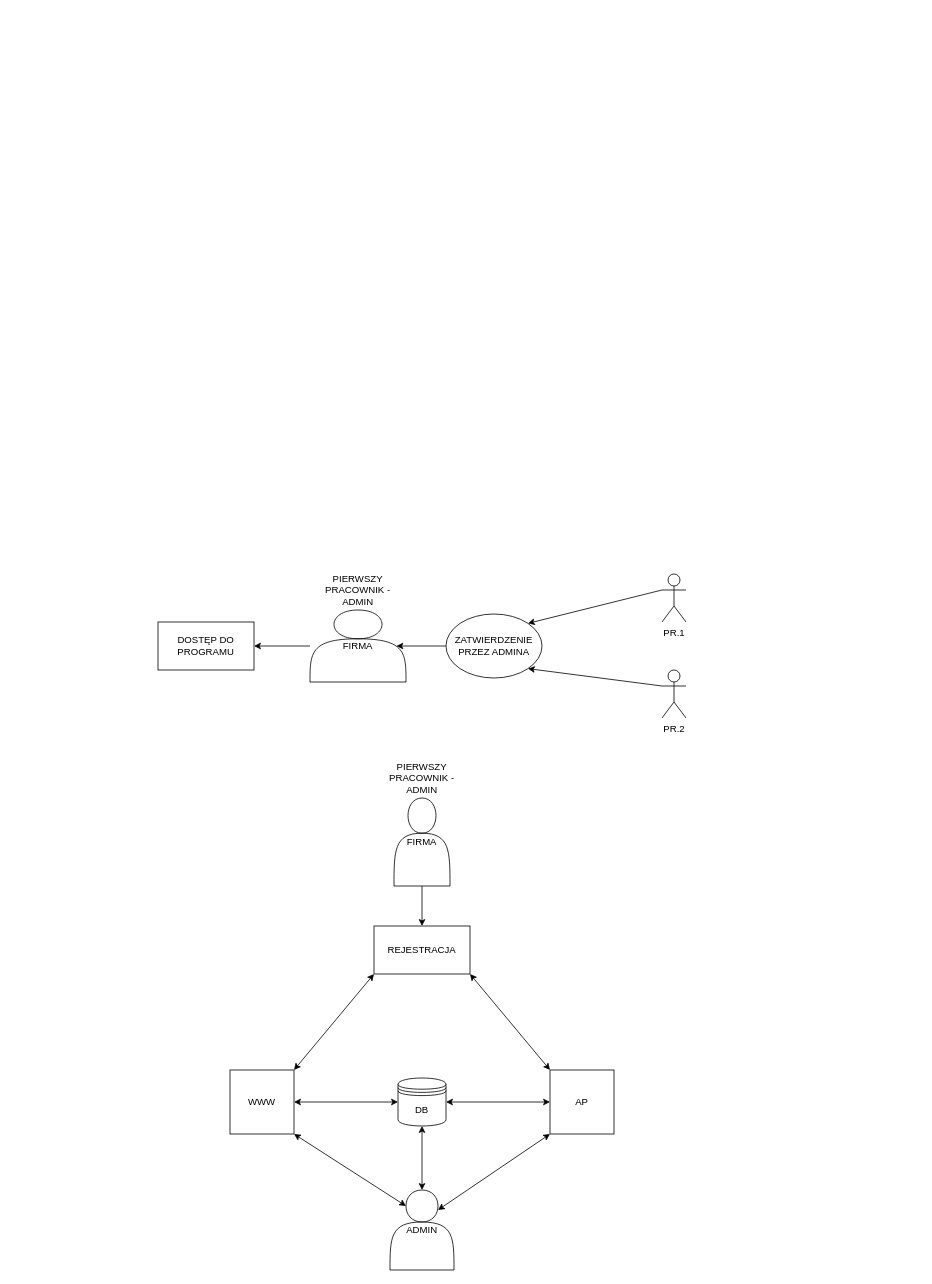
This is INFORMATION/connect.drawio from Man1exter/MAIG-WAREHOUSE, a draw.io file, before an edit. Source tidied: cells renumbered, new cells numbered last; positions are measured from the earlier drawing's top-left corner, leaving out a move shared by most shapes. Both pictures are drawn from the tidied source at 80%, with x=0, y=0 at pixel (158, 570).
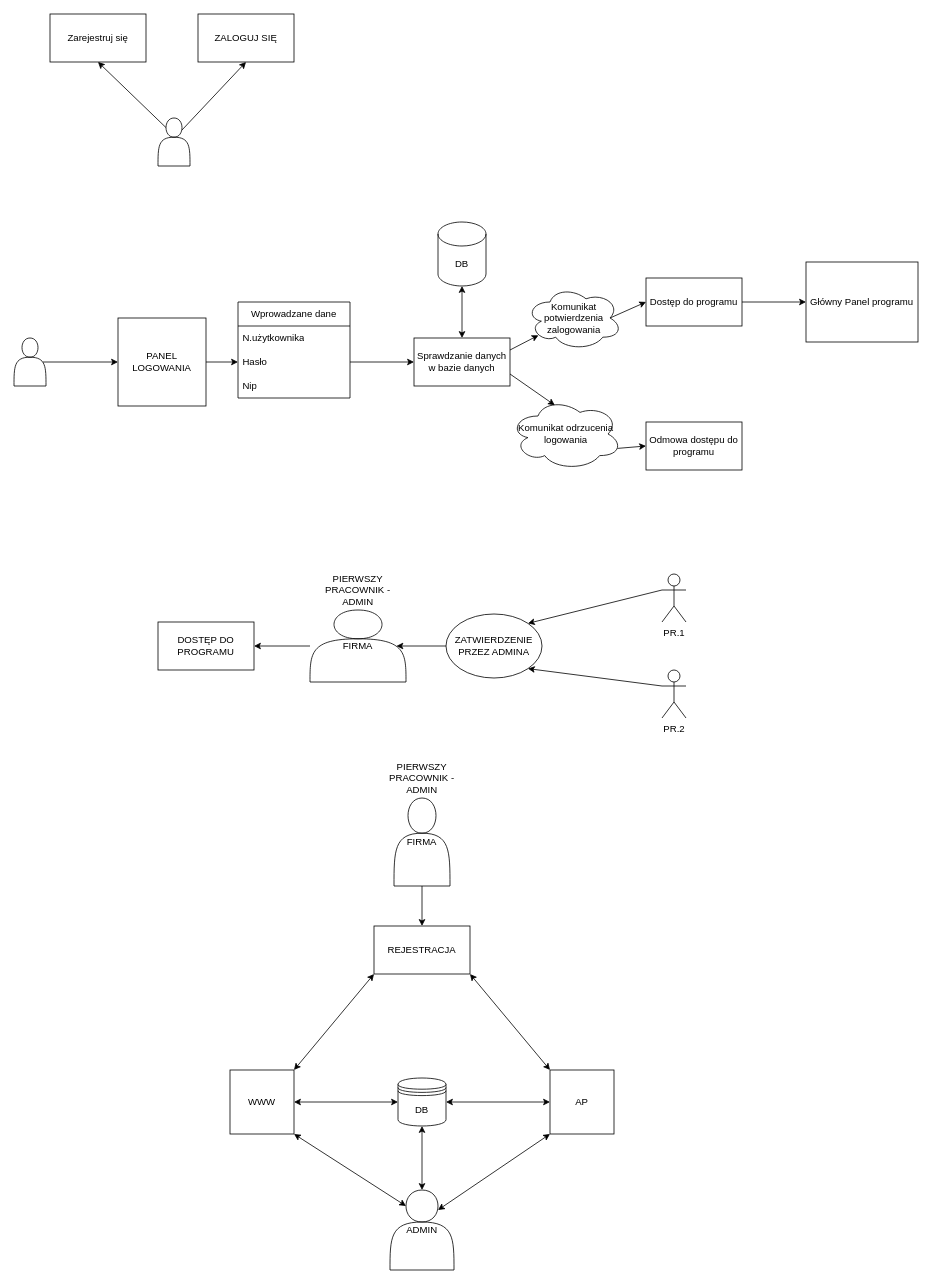
The same diagram, later.

The edit, as a diff of the source:
```diff
@@
+    <mxCell id="27" value="PANEL LOGOWANIA" style="whiteSpace=wrap;html=1;" parent="1" vertex="1">
+      <mxGeometry x="-50" y="-315" width="110" height="110" as="geometry" />
+    </mxCell>
+    <mxCell id="28" value="Wprowadzane dane" style="swimlane;fontStyle=0;horizontal=1;startSize=30;whiteSpace=wrap;html=1;" parent="1" vertex="1">
+      <mxGeometry x="100" y="-335" width="140" height="120" as="geometry" />
+    </mxCell>
+    <mxCell id="29" value="N.użytkownika" style="text;strokeColor=none;fillColor=none;align=left;verticalAlign=middle;spacingLeft=4;spacingRight=4;overflow=hidden;whiteSpace=wrap;html=1;" parent="28" vertex="1">
+      <mxGeometry y="30" width="140" height="30" as="geometry" />
+    </mxCell>
+    <mxCell id="30" value="Hasło" style="text;strokeColor=none;fillColor=none;align=left;verticalAlign=middle;spacingLeft=4;spacingRight=4;overflow=hidden;points=[[0,0.5],[1,0.5]];portConstraint=eastwest;whiteSpace=wrap;html=1;" parent="28" vertex="1">
+      <mxGeometry y="60" width="140" height="30" as="geometry" />
+    </mxCell>
+    <mxCell id="31" value="Nip" style="text;strokeColor=none;fillColor=none;align=left;verticalAlign=middle;spacingLeft=4;spacingRight=4;overflow=hidden;whiteSpace=wrap;html=1;" parent="28" vertex="1">
+      <mxGeometry y="90" width="140" height="30" as="geometry" />
+    </mxCell>
+    <mxCell id="32" style="endArrow=classic;html=1;exitX=1;exitY=0.5;exitDx=0;exitDy=0;entryX=0;entryY=0.5;entryDx=0;entryDy=0;" parent="1" edge="1" source="27" target="30">
+      <mxGeometry relative="1" as="geometry" />
+    </mxCell>
+    <mxCell id="33" value="DB" style="shape=cylinder3;whiteSpace=wrap;html=1;boundedLbl=1;backgroundOutline=1;size=15;" parent="1" vertex="1">
+      <mxGeometry x="350" y="-435" width="60" height="80" as="geometry" />
+    </mxCell>
+    <mxCell id="34" value="Sprawdzanie danych w bazie danych" style="rounded=0;whiteSpace=wrap;html=1;" parent="1" vertex="1">
+      <mxGeometry x="320" y="-290" width="120" height="60" as="geometry" />
+    </mxCell>
+    <mxCell id="35" style="endArrow=classic;startArrow=classic;html=1;exitX=0.5;exitY=0;exitDx=0;exitDy=0;entryX=0.5;entryY=1;entryDx=0;entryDy=0;entryPerimeter=0;" parent="1" edge="1" source="34" target="33">
+      <mxGeometry relative="1" as="geometry" />
+    </mxCell>
+    <mxCell id="36" style="endArrow=classic;html=1;exitX=1;exitY=0.5;exitDx=0;exitDy=0;entryX=0;entryY=0.5;entryDx=0;entryDy=0;" parent="1" edge="1" source="30" target="34">
+      <mxGeometry relative="1" as="geometry" />
+    </mxCell>
+    <mxCell id="37" value="Dostęp do programu" style="rounded=0;whiteSpace=wrap;html=1;" parent="1" vertex="1">
+      <mxGeometry x="610" y="-365" width="120" height="60" as="geometry" />
+    </mxCell>
+    <mxCell id="38" value="Odmowa dostępu do programu" style="rounded=0;whiteSpace=wrap;html=1;" parent="1" vertex="1">
+      <mxGeometry x="610" y="-185" width="120" height="60" as="geometry" />
+    </mxCell>
+    <mxCell id="39" value="Główny Panel programu" style="rounded=0;whiteSpace=wrap;html=1;" parent="1" vertex="1">
+      <mxGeometry x="810" y="-385" width="140" height="100" as="geometry" />
+    </mxCell>
+    <mxCell id="40" style="endArrow=classic;html=1;exitX=0.875;exitY=0.5;exitDx=0;exitDy=0;entryX=0;entryY=0.5;entryDx=0;entryDy=0;startArrow=none;exitPerimeter=0;" parent="1" edge="1" source="44" target="37">
+      <mxGeometry relative="1" as="geometry" />
+    </mxCell>
+    <mxCell id="41" style="endArrow=classic;html=1;exitX=1;exitY=0.5;exitDx=0;exitDy=0;entryX=0;entryY=0.5;entryDx=0;entryDy=0;" parent="1" edge="1" source="37" target="39">
+      <mxGeometry relative="1" as="geometry" />
+    </mxCell>
+    <mxCell id="42" style="shape=actor;whiteSpace=wrap;html=1;" parent="1" vertex="1">
+      <mxGeometry x="-180" y="-290" width="40" height="60" as="geometry" />
+    </mxCell>
+    <mxCell id="43" style="endArrow=classic;html=1;exitX=0.9;exitY=0.5;exitDx=0;exitDy=0;exitPerimeter=0;entryX=0;entryY=0.5;entryDx=0;entryDy=0;" parent="1" edge="1" source="42" target="27">
+      <mxGeometry relative="1" as="geometry" />
+    </mxCell>
+    <mxCell id="44" value="Komunikat potwierdzenia zalogowania" style="ellipse;shape=cloud;whiteSpace=wrap;html=1;" parent="1" vertex="1">
+      <mxGeometry x="460" y="-355" width="120" height="80" as="geometry" />
+    </mxCell>
+    <mxCell id="45" style="endArrow=classic;html=1;exitX=1;exitY=0.25;exitDx=0;exitDy=0;entryX=0.13;entryY=0.77;entryDx=0;entryDy=0;entryPerimeter=0;" parent="1" edge="1" source="34" target="44">
+      <mxGeometry relative="1" as="geometry" />
+    </mxCell>
+    <mxCell id="46" value="Komunikat odrzucenia logowania" style="ellipse;shape=cloud;whiteSpace=wrap;html=1;" parent="1" vertex="1">
+      <mxGeometry x="440" y="-215" width="140" height="90" as="geometry" />
+    </mxCell>
+    <mxCell id="47" style="endArrow=classic;html=1;exitX=1;exitY=0.75;exitDx=0;exitDy=0;entryX=0.4;entryY=0.1;entryDx=0;entryDy=0;entryPerimeter=0;" parent="1" edge="1" source="34" target="46">
+      <mxGeometry relative="1" as="geometry" />
+    </mxCell>
+    <mxCell id="48" style="endArrow=classic;html=1;exitX=0.96;exitY=0.7;exitDx=0;exitDy=0;exitPerimeter=0;entryX=0;entryY=0.5;entryDx=0;entryDy=0;" parent="1" edge="1" source="46" target="38">
+      <mxGeometry relative="1" as="geometry" />
+    </mxCell>
+    <mxCell id="49" style="shape=actor;whiteSpace=wrap;html=1;" parent="1" vertex="1">
+      <mxGeometry y="-565" width="40" height="60" as="geometry" />
+    </mxCell>
+    <mxCell id="50" value="Zarejestruj się" style="rounded=0;whiteSpace=wrap;html=1;" parent="1" vertex="1">
+      <mxGeometry x="-135" y="-695" width="120" height="60" as="geometry" />
+    </mxCell>
+    <mxCell id="51" value="ZALOGUJ SIĘ" style="rounded=0;whiteSpace=wrap;html=1;" parent="1" vertex="1">
+      <mxGeometry x="50" y="-695" width="120" height="60" as="geometry" />
+    </mxCell>
+    <mxCell id="52" style="endArrow=classic;html=1;exitX=0.25;exitY=0.2;exitDx=0;exitDy=0;exitPerimeter=0;entryX=0.5;entryY=1;entryDx=0;entryDy=0;" parent="1" edge="1" source="49" target="50">
+      <mxGeometry relative="1" as="geometry" />
+    </mxCell>
+    <mxCell id="53" style="endArrow=classic;html=1;exitX=0.75;exitY=0.25;exitDx=0;exitDy=0;exitPerimeter=0;entryX=0.5;entryY=1;entryDx=0;entryDy=0;" parent="1" edge="1" source="49" target="51">
+      <mxGeometry relative="1" as="geometry" />
+    </mxCell>
```
